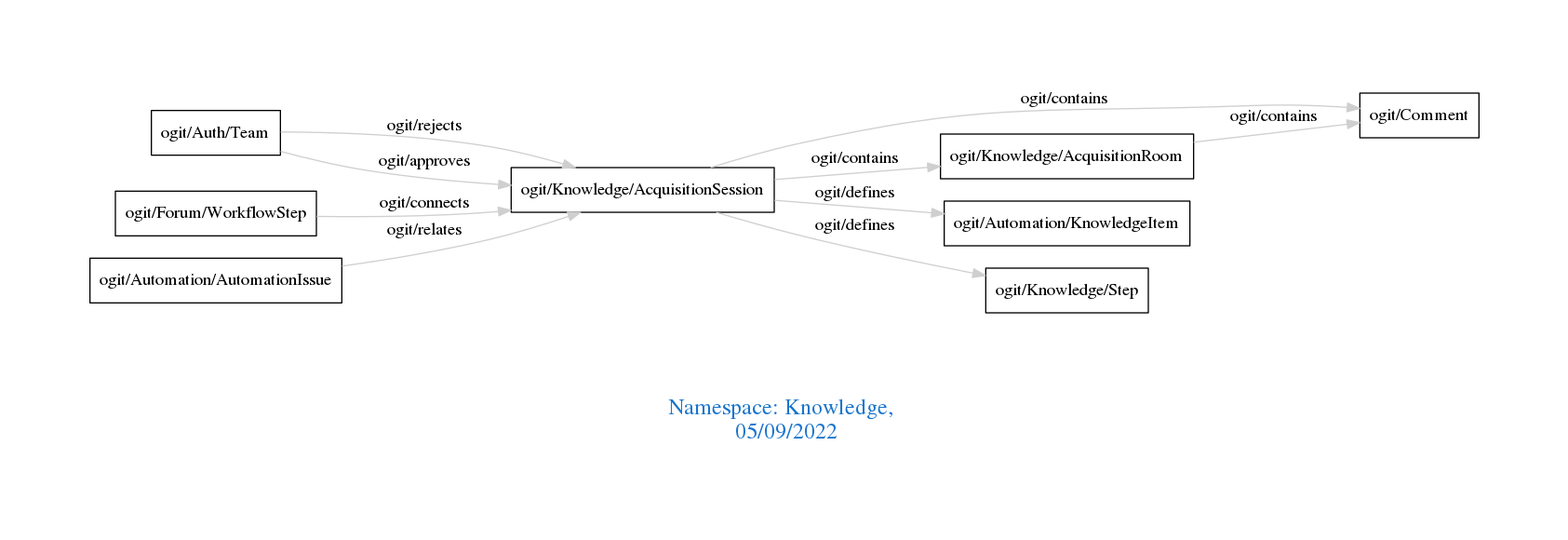
arago/OGIT keeps this Graphviz diagram as downloads/Knowledge.png. Above is the earlier version. Its source is kept beside it as downloads/Knowledge.dot. Its diagram source:
```dot
digraph OGIT_ontology {
 graph [ rankdir= LR,pad=1
fontsize = 18,
fontcolor= dodgerblue3,label = "\n\n\nNamespace: Knowledge, \n 05/09/2022"];
node[shape=polygon];
edge [  color="gray81"];

   "ogit/Knowledge/AcquisitionRoom" -> "ogit/Comment" [label="   ogit/contains    "];
   "ogit/Knowledge/AcquisitionSession" -> "ogit/Comment" [label="   ogit/contains    "];
   "ogit/Knowledge/AcquisitionSession" -> "ogit/Knowledge/AcquisitionRoom" [label="   ogit/contains    "];
   "ogit/Knowledge/AcquisitionSession" -> "ogit/Automation/KnowledgeItem" [label="   ogit/defines    "];
   "ogit/Knowledge/AcquisitionSession" -> "ogit/Knowledge/Step" [label="   ogit/defines    "];
   "ogit/Auth/Team" -> "ogit/Knowledge/AcquisitionSession" [label="   ogit/rejects    "];
   "ogit/Forum/WorkflowStep" -> "ogit/Knowledge/AcquisitionSession" [label="   ogit/connects    "];
   "ogit/Auth/Team" -> "ogit/Knowledge/AcquisitionSession" [label="   ogit/approves    "];
   "ogit/Automation/AutomationIssue" -> "ogit/Knowledge/AcquisitionSession" [label="   ogit/relates    "];
}
```
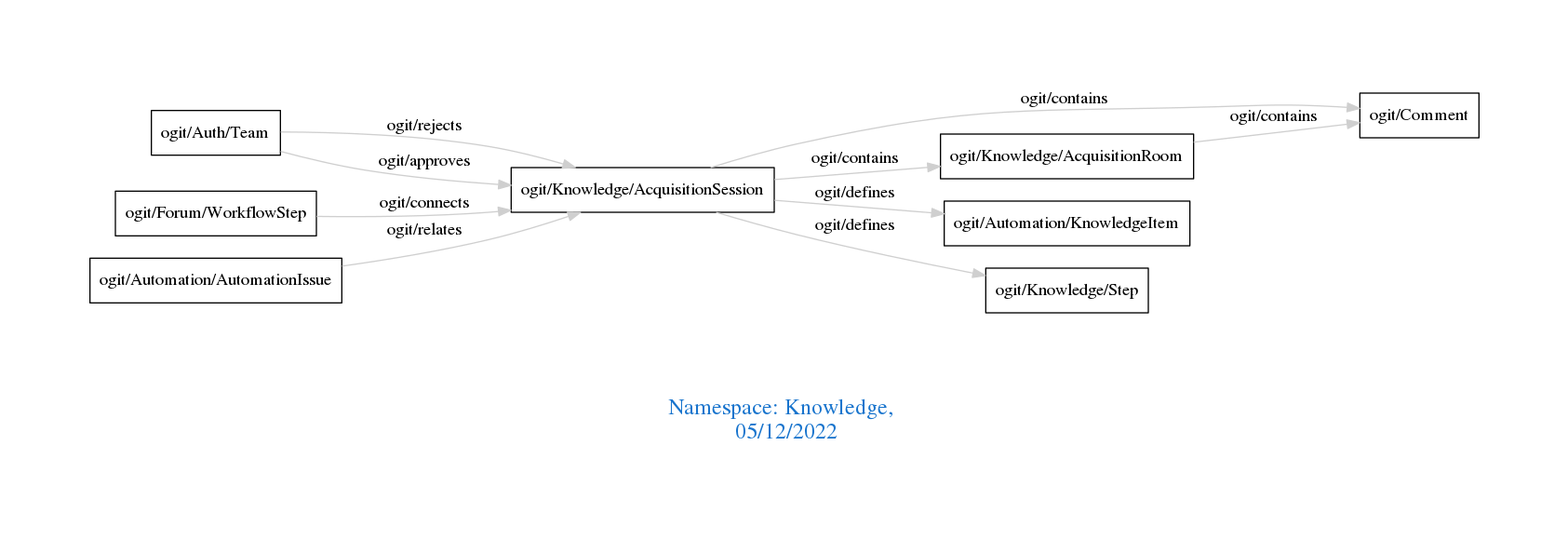
Above is the later version.

Diff of the diagram source:
```diff
@@ -1,7 +1,7 @@
 digraph OGIT_ontology {
  graph [ rankdir= LR,pad=1
 fontsize = 18,
-fontcolor= dodgerblue3,label = "\n\n\nNamespace: Knowledge, \n 05/09/2022"];
+fontcolor= dodgerblue3,label = "\n\n\nNamespace: Knowledge, \n 05/12/2022"];
 node[shape=polygon];
 edge [  color="gray81"];
 
```
